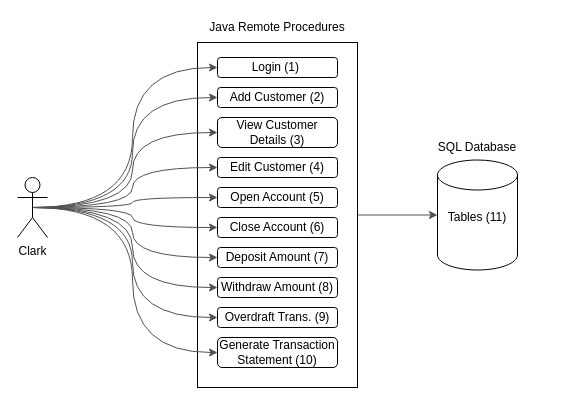
This is System Design.drawio from lolcats111/JDBC-Project-Group-B, a draw.io file, before an edit. Source tidied: cells renumbered, new cells numbered last; positions are measured from the earlier drawing's top-left corner, leaving out a move shared by most shapes. Both pictures are drawn from the tidied source at 100%, with x=0, y=0 at pixel (17, 17).
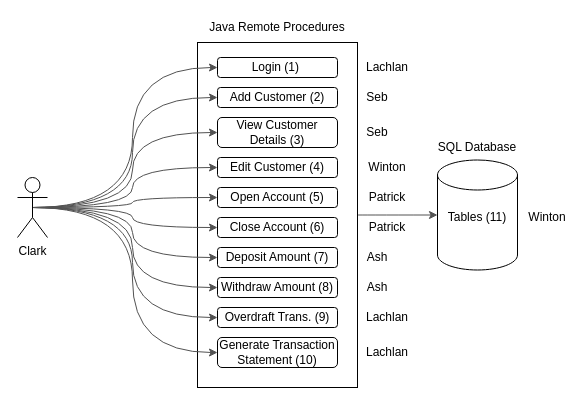
After the change.

What changed in the source:
```diff
@@
+    <mxCell id="29" value="Seb" style="text;html=1;strokeColor=none;fillColor=none;align=center;verticalAlign=middle;whiteSpace=wrap;rounded=0;" parent="1" vertex="1">
+      <mxGeometry x="340" y="70" width="40" height="20" as="geometry" />
+    </mxCell>
+    <mxCell id="30" value="Seb" style="text;html=1;strokeColor=none;fillColor=none;align=center;verticalAlign=middle;whiteSpace=wrap;rounded=0;" parent="1" vertex="1">
+      <mxGeometry x="340" y="105" width="40" height="20" as="geometry" />
+    </mxCell>
+    <mxCell id="31" value="Ash" style="text;html=1;strokeColor=none;fillColor=none;align=center;verticalAlign=middle;whiteSpace=wrap;rounded=0;" parent="1" vertex="1">
+      <mxGeometry x="340" y="230" width="40" height="20" as="geometry" />
+    </mxCell>
+    <mxCell id="32" value="Ash" style="text;html=1;strokeColor=none;fillColor=none;align=center;verticalAlign=middle;whiteSpace=wrap;rounded=0;" parent="1" vertex="1">
+      <mxGeometry x="340" y="260" width="40" height="20" as="geometry" />
+    </mxCell>
+    <mxCell id="33" value="Winton" style="text;html=1;strokeColor=none;fillColor=none;align=center;verticalAlign=middle;whiteSpace=wrap;rounded=0;" parent="1" vertex="1">
+      <mxGeometry x="350" y="140" width="40" height="20" as="geometry" />
+    </mxCell>
+    <mxCell id="34" value="Winton" style="text;html=1;strokeColor=none;fillColor=none;align=center;verticalAlign=middle;whiteSpace=wrap;rounded=0;" parent="1" vertex="1">
+      <mxGeometry x="510" y="190" width="40" height="20" as="geometry" />
+    </mxCell>
+    <mxCell id="35" value="Patrick" style="text;html=1;strokeColor=none;fillColor=none;align=center;verticalAlign=middle;whiteSpace=wrap;rounded=0;" parent="1" vertex="1">
+      <mxGeometry x="350" y="170" width="40" height="20" as="geometry" />
+    </mxCell>
+    <mxCell id="36" value="Patrick" style="text;html=1;strokeColor=none;fillColor=none;align=center;verticalAlign=middle;whiteSpace=wrap;rounded=0;" parent="1" vertex="1">
+      <mxGeometry x="350" y="200" width="40" height="20" as="geometry" />
+    </mxCell>
+    <mxCell id="37" value="Lachlan" style="text;html=1;strokeColor=none;fillColor=none;align=center;verticalAlign=middle;whiteSpace=wrap;rounded=0;" parent="1" vertex="1">
+      <mxGeometry x="350" y="290" width="40" height="20" as="geometry" />
+    </mxCell>
+    <mxCell id="38" value="Lachlan" style="text;html=1;strokeColor=none;fillColor=none;align=center;verticalAlign=middle;whiteSpace=wrap;rounded=0;" parent="1" vertex="1">
+      <mxGeometry x="350" y="325" width="40" height="20" as="geometry" />
+    </mxCell>
+    <mxCell id="39" value="Lachlan" style="text;html=1;strokeColor=none;fillColor=none;align=center;verticalAlign=middle;whiteSpace=wrap;rounded=0;" parent="1" vertex="1">
+      <mxGeometry x="350" y="40" width="40" height="20" as="geometry" />
+    </mxCell>
```
